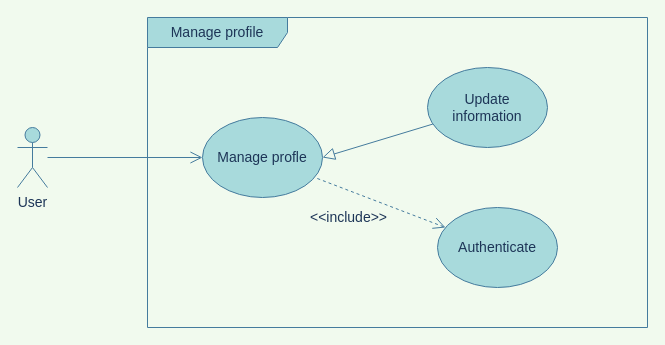
thanhtoan1742/OWCA_POS keeps this draw.io diagram as requirements/use cases/manage_profile.drawio. Above is the earlier version. Source tidied: cells renumbered, new cells numbered last; positions are measured from the earlier drawing's top-left corner, leaving out a move shared by most shapes. Both pictures are drawn from the tidied source at 100%, with x=0, y=0 at pixel (17, 17).
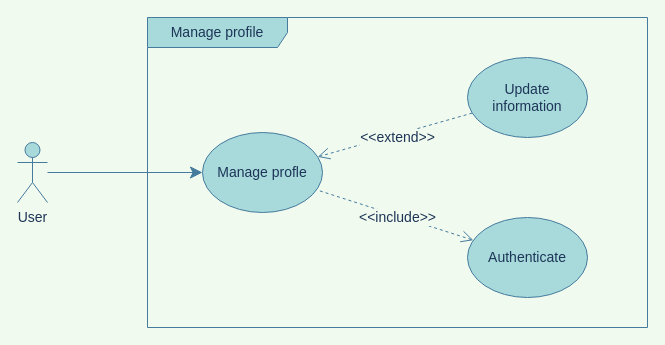
After the change.

Diff of the diagram source:
```diff
@@
 <mxGraphModel background="#F1FAEE">
   <root>
     <mxCell id="0" />
     <mxCell id="1" parent="0" />
     <mxCell id="2" value="Manage profile" style="shape=umlFrame;whiteSpace=wrap;html=1;fontSize=14;width=140;height=30;fillColor=#A8DADC;strokeColor=#457B9D;fontColor=#1D3557;" parent="1" vertex="1">
       <mxGeometry x="130" width="500" height="310" as="geometry" />
     </mxCell>
-    <mxCell id="3" style="edgeStyle=orthogonalEdgeStyle;rounded=0;jettySize=auto;html=1;endArrow=open;endFill=0;fontSize=14;strokeColor=#457B9D;fontColor=#1D3557;labelBackgroundColor=#F1FAEE;endSize=10;startSize=10;" parent="1" edge="1" source="4" target="5">
+    <mxCell id="3" style="edgeStyle=orthogonalEdgeStyle;rounded=0;jettySize=auto;html=1;endArrow=classic;endFill=1;fontSize=14;strokeColor=#457B9D;fontColor=#1D3557;labelBackgroundColor=#F1FAEE;endSize=10;startSize=10;" parent="1" edge="1" source="4" target="5">
       <mxGeometry relative="1" as="geometry" />
     </mxCell>
     <mxCell id="4" value="User" style="shape=umlActor;verticalLabelPosition=bottom;verticalAlign=top;html=1;outlineConnect=0;fontSize=14;fillColor=#A8DADC;strokeColor=#457B9D;fontColor=#1D3557;" parent="1" vertex="1">
-      <mxGeometry y="110" width="30" height="60" as="geometry" />
+      <mxGeometry y="125" width="30" height="60" as="geometry" />
     </mxCell>
     <mxCell id="5" value="Manage profle" style="ellipse;whiteSpace=wrap;html=1;fontSize=14;fillColor=#A8DADC;strokeColor=#457B9D;fontColor=#1D3557;" parent="1" vertex="1">
-      <mxGeometry x="185" y="100" width="120" height="80" as="geometry" />
+      <mxGeometry x="185" y="115" width="120" height="80" as="geometry" />
     </mxCell>
-    <mxCell id="6" style="rounded=0;jettySize=auto;html=1;entryX=1;entryY=0.5;entryDx=0;entryDy=0;endArrow=block;endFill=0;fontSize=14;strokeColor=#457B9D;fontColor=#1D3557;labelBackgroundColor=#F1FAEE;endSize=10;startSize=10;" parent="1" edge="1" source="7" target="5">
-      <mxGeometry relative="1" as="geometry" />
+    <mxCell id="6" value="&amp;lt;&amp;lt;extend&amp;gt;&amp;gt;" style="rounded=0;jettySize=auto;html=1;endArrow=open;endFill=0;fontSize=14;strokeColor=#457B9D;fontColor=#1D3557;labelBackgroundColor=#F1FAEE;endSize=10;startSize=10;dashed=1;" parent="1" edge="1" source="7" target="5">
+      <mxGeometry x="-0.02" y="3" relative="1" as="geometry" />
     </mxCell>
     <mxCell id="7" value="Update information" style="ellipse;whiteSpace=wrap;html=1;fontSize=14;fillColor=#A8DADC;strokeColor=#457B9D;fontColor=#1D3557;" parent="1" vertex="1">
-      <mxGeometry x="410" y="50" width="120" height="80" as="geometry" />
+      <mxGeometry x="450" y="40" width="120" height="80" as="geometry" />
     </mxCell>
-    <mxCell id="8" style="edgeStyle=none;rounded=0;jettySize=auto;html=1;fontSize=14;endArrow=none;endFill=0;dashed=1;strokeColor=#457B9D;fontColor=#1D3557;labelBackgroundColor=#F1FAEE;startArrow=open;startFill=0;endSize=10;startSize=10;" parent="1" edge="1" source="10" target="5">
-      <mxGeometry relative="1" as="geometry" />
+    <mxCell id="8" value="&amp;lt;&amp;lt;include&amp;gt;&amp;gt;" style="edgeStyle=none;rounded=0;jettySize=auto;html=1;fontSize=14;endArrow=none;endFill=0;dashed=1;strokeColor=#457B9D;fontColor=#1D3557;labelBackgroundColor=#F1FAEE;startArrow=open;startFill=0;endSize=10;startSize=10;" parent="1" edge="1" source="10" target="5">
+      <mxGeometry x="-0.04" y="2" relative="1" as="geometry" />
     </mxCell>
-    <mxCell id="9" value="&amp;lt;&amp;lt;include&amp;gt;&amp;gt;" style="edgeLabel;html=1;align=center;verticalAlign=middle;fontSize=14;fontColor=#1D3557;labelBackgroundColor=#F1FAEE;" parent="8" vertex="1">
-      <mxGeometry x="0.48" y="5" relative="1" as="geometry">
-        <mxPoint x="1" y="22" as="offset" />
-      </mxGeometry>
-    </mxCell>
     <mxCell id="10" value="Authenticate" style="ellipse;whiteSpace=wrap;html=1;fontSize=14;fillColor=#A8DADC;strokeColor=#457B9D;fontColor=#1D3557;" parent="1" vertex="1">
-      <mxGeometry x="420" y="190" width="120" height="80" as="geometry" />
+      <mxGeometry x="450" y="200" width="120" height="80" as="geometry" />
     </mxCell>
   </root>
 </mxGraphModel>
```
